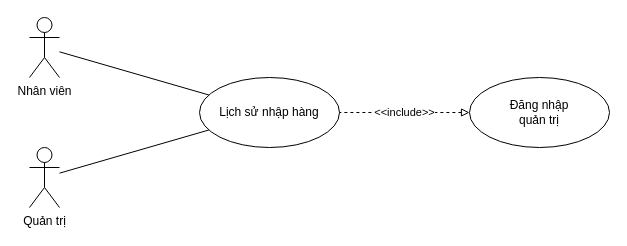
Before: page "Page-2" (2 of 2) of Nam3_HK1/CNPM_SoftTech/Usecase Diagrams/UD_6_Warehourse.drawio in EdgarIgnite16/SGU-Course, a draw.io diagram. Source tidied: cells renumbered, new cells numbered last; positions are measured from the earlier drawing's top-left corner, leaving out a move shared by most shapes. Both pictures are drawn from the tidied source at 100%, with x=0, y=0 at pixel (29, 17).
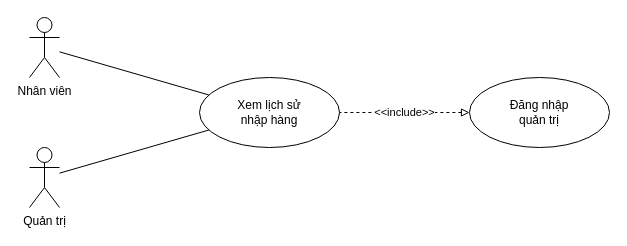
After the change.

What changed in the source:
```diff
@@
 <mxGraphModel>
   <root>
     <mxCell id="0" />
     <mxCell id="1" parent="0" />
     <mxCell id="2" value="Nhân viên" style="shape=umlActor;verticalLabelPosition=bottom;verticalAlign=top;html=1;outlineConnect=0;" parent="1" vertex="1">
       <mxGeometry width="30" height="60" as="geometry" />
     </mxCell>
     <mxCell id="3" value="Đăng nhập&lt;br&gt;quản trị" style="ellipse;whiteSpace=wrap;html=1;" parent="1" vertex="1">
       <mxGeometry x="440" y="60" width="140" height="70" as="geometry" />
     </mxCell>
-    <mxCell id="4" value="Lịch sử nhập hàng" style="ellipse;whiteSpace=wrap;html=1;" parent="1" vertex="1">
+    <mxCell id="4" value="Xem lịch sử&lt;br&gt;nhập hàng" style="ellipse;whiteSpace=wrap;html=1;" parent="1" vertex="1">
       <mxGeometry x="170" y="60" width="140" height="70" as="geometry" />
     </mxCell>
     <mxCell id="5" value="&amp;lt;&amp;lt;include&amp;gt;&amp;gt;&lt;br&gt;" style="jettySize=auto;html=1;strokeColor=default;rounded=0;dashed=1;endArrow=none;endFill=0;startArrow=block;startFill=0;" parent="1" edge="1" source="3" target="4">
       <mxGeometry relative="1" as="geometry" />
     </mxCell>
     <mxCell id="6" style="rounded=0;jettySize=auto;html=1;endArrow=none;endFill=0;" parent="1" edge="1" source="2" target="4">
       <mxGeometry relative="1" as="geometry" />
     </mxCell>
     <mxCell id="7" style="rounded=0;jettySize=auto;html=1;endArrow=none;endFill=0;" parent="1" edge="1" source="8" target="4">
       <mxGeometry relative="1" as="geometry" />
     </mxCell>
     <mxCell id="8" value="Quản trị" style="shape=umlActor;verticalLabelPosition=bottom;verticalAlign=top;html=1;outlineConnect=0;" parent="1" vertex="1">
       <mxGeometry y="130" width="30" height="60" as="geometry" />
     </mxCell>
   </root>
 </mxGraphModel>
```
